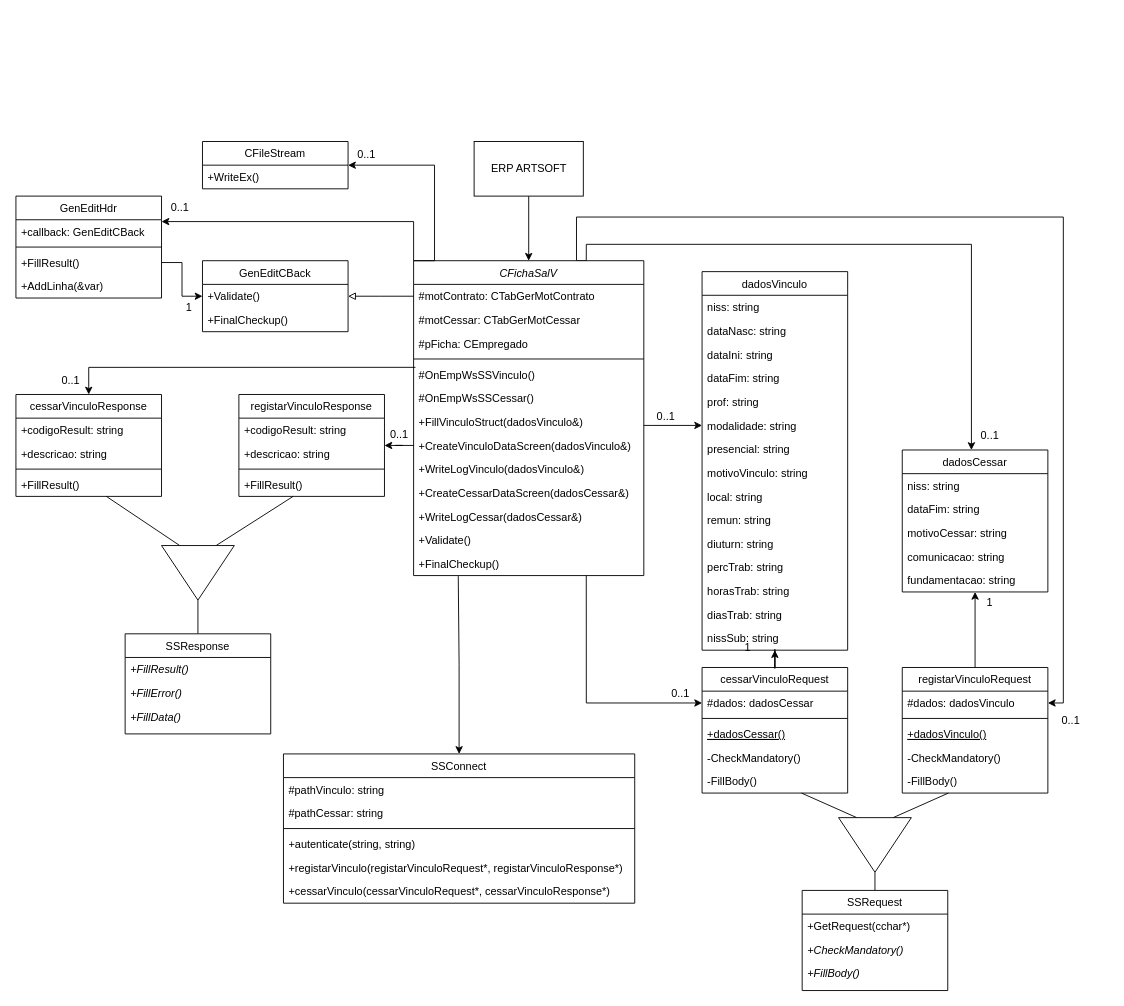
Earlier version of the draw.io diagram relatorio_final/figures/class.drawio (pedrocarrega/tese_mestrado_21-22). Source tidied: cells renumbered, new cells numbered last; positions are measured from the earlier drawing's top-left corner, leaving out a move shared by most shapes. Both pictures are drawn from the tidied source at 91%, with x=0, y=0 at pixel (15, 141).
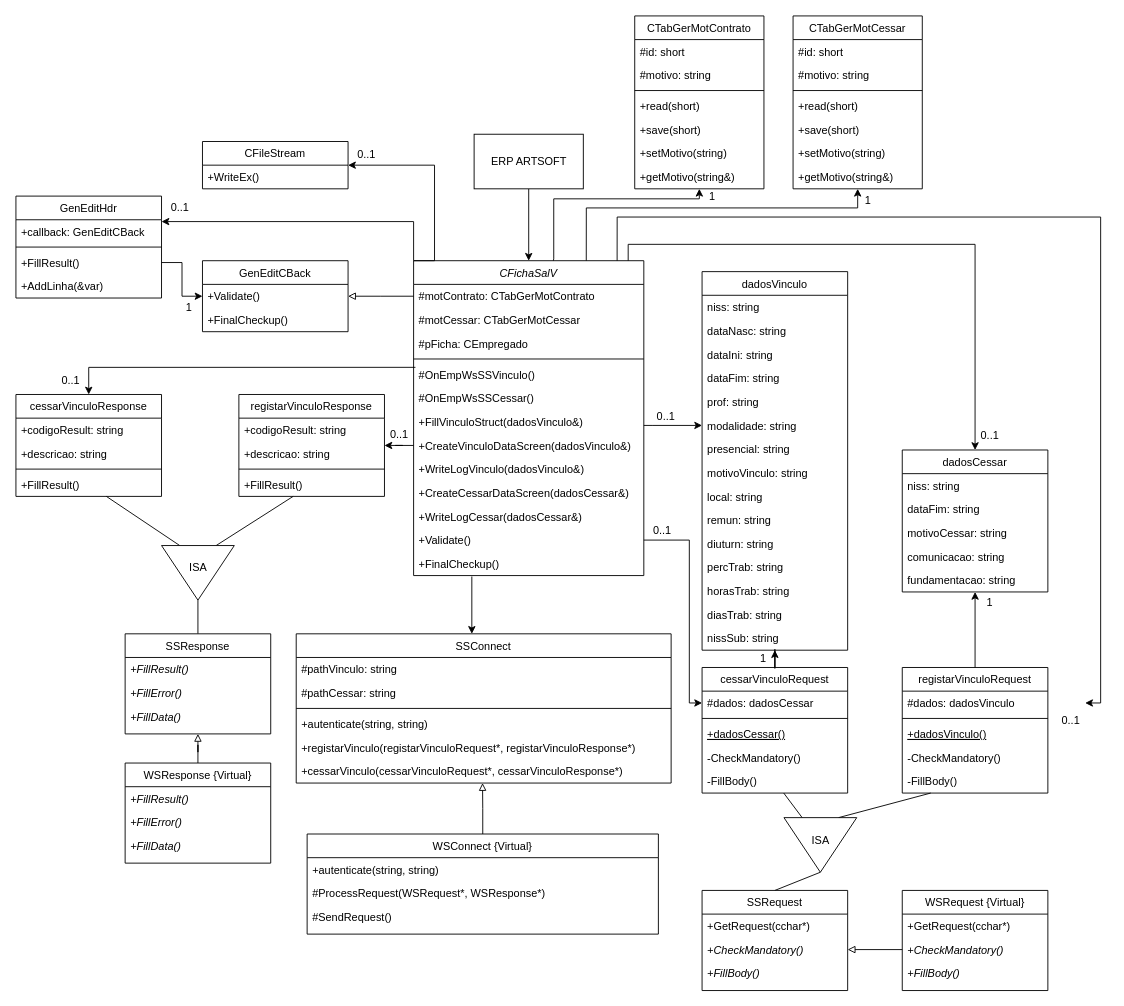
Above is the later version.

Unchanged cells that the change refers to:
```xml
<mxCell id="5" value="CFichaSalV" style="swimlane;fontStyle=2;align=center;verticalAlign=top;horizontal=1;startSize=26;rounded=0;shadow=0;strokeWidth=1;" parent="1" vertex="1">
  <mxGeometry x="437" y="131" width="253" height="346" as="geometry" />
</mxCell>
<mxCell id="17" value="+Validate()" style="text;align=left;verticalAlign=top;spacingLeft=4;spacingRight=4;overflow=hidden;points=[[0,0.5],[1,0.5]];portConstraint=eastwest;" parent="5" vertex="1">
  <mxGeometry y="294" width="253" height="26" as="geometry" />
</mxCell>
<mxCell id="18" value="+FinalCheckup()" style="text;align=left;verticalAlign=top;spacingLeft=4;spacingRight=4;overflow=hidden;points=[[0,0.5],[1,0.5]];portConstraint=eastwest;" parent="5" vertex="1">
  <mxGeometry y="320" width="253" height="26" as="geometry" />
</mxCell>
<mxCell id="20" value="#dados: dadosVinculo" style="text;align=left;verticalAlign=top;spacingLeft=4;spacingRight=4;overflow=hidden;points=[[0,0.5],[1,0.5]];portConstraint=eastwest;" parent="19" vertex="1">
  <mxGeometry y="26" width="160" height="26" as="geometry" />
</mxCell>
<mxCell id="33" value="#dados: dadosCessar" style="text;align=left;verticalAlign=top;spacingLeft=4;spacingRight=4;overflow=hidden;points=[[0,0.5],[1,0.5]];portConstraint=eastwest;" parent="32" vertex="1">
  <mxGeometry y="26" width="160" height="26" as="geometry" />
</mxCell>
<mxCell id="43" value="dadosCessar" style="swimlane;fontStyle=0;align=center;verticalAlign=top;horizontal=1;startSize=26;rounded=0;shadow=0;strokeWidth=1;" parent="1" vertex="1">
  <mxGeometry x="974" y="339" width="160" height="156" as="geometry" />
</mxCell>
<mxCell id="53" value="+CheckMandatory()" style="text;align=left;verticalAlign=top;spacingLeft=4;spacingRight=4;overflow=hidden;points=[[0,0.5],[1,0.5]];portConstraint=eastwest;fontStyle=2;" parent="51" vertex="1">
  <mxGeometry y="52" width="160" height="26" as="geometry" />
</mxCell>
<mxCell id="92" value="SSResponse" style="swimlane;fontStyle=0;align=center;verticalAlign=top;horizontal=1;startSize=26;rounded=0;shadow=0;strokeWidth=1;" parent="1" vertex="1">
  <mxGeometry x="120" y="541" width="160" height="110" as="geometry" />
</mxCell>
```

Change to the diagram source:
```diff
@@
-    <mxCell id="2" style="edgeStyle=orthogonalEdgeStyle;rounded=0;jettySize=auto;html=1;exitX=0.75;exitY=0;exitDx=0;exitDy=0;entryX=1;entryY=0.5;entryDx=0;entryDy=0;startArrow=none;startFill=0;endArrow=classic;endFill=1;" parent="1" edge="1" source="5" target="20">
+    <mxCell id="2" style="edgeStyle=orthogonalEdgeStyle;rounded=0;jettySize=auto;html=1;exitX=0.884;exitY=0.003;exitDx=0;exitDy=0;entryX=1;entryY=0.5;entryDx=0;entryDy=0;startArrow=none;startFill=0;endArrow=classic;endFill=1;exitPerimeter=0;" parent="1" edge="1" source="5">
       <mxGeometry relative="1" as="geometry">
+        <mxPoint x="1175" y="617" as="targetPoint" />
         <Array as="points">
-          <mxPoint x="616" y="131" />
-          <mxPoint x="616" y="83" />
-          <mxPoint x="1151" y="83" />
-          <mxPoint x="1151" y="617" />
+          <mxPoint x="661" y="83" />
+          <mxPoint x="1192" y="83" />
+          <mxPoint x="1192" y="617" />
         </Array>
       </mxGeometry>
     </mxCell>
@@
     <mxCell id="31" value="ERP ARTSOFT" style="rounded=0;whiteSpace=wrap;html=1;" parent="1" vertex="1">
-      <mxGeometry x="503.5" width="120" height="60" as="geometry" />
+      <mxGeometry x="503.5" y="-8" width="120" height="60" as="geometry" />
     </mxCell>
@@
-    <mxCell id="42" style="edgeStyle=orthogonalEdgeStyle;rounded=0;jettySize=auto;html=1;entryX=0.75;entryY=0;entryDx=0;entryDy=0;startArrow=classic;startFill=1;endArrow=none;endFill=0;" parent="1" edge="1" source="43" target="5">
+    <mxCell id="42" style="edgeStyle=orthogonalEdgeStyle;rounded=0;jettySize=auto;html=1;entryX=0.75;entryY=0;entryDx=0;entryDy=0;startArrow=classic;startFill=1;endArrow=none;endFill=0;exitX=0.5;exitY=0;exitDx=0;exitDy=0;" parent="1" edge="1" source="43">
       <mxGeometry relative="1" as="geometry">
+        <mxPoint x="672.8" y="131" as="targetPoint" />
         <Array as="points">
-          <mxPoint x="1050" y="113" />
-          <mxPoint x="627" y="113" />
+          <mxPoint x="1054" y="113" />
+          <mxPoint x="673" y="113" />
         </Array>
       </mxGeometry>
     </mxCell>
@@
     <mxCell id="51" value="SSRequest" style="swimlane;fontStyle=0;align=center;verticalAlign=top;horizontal=1;startSize=26;rounded=0;shadow=0;strokeWidth=1;" parent="1" vertex="1">
-      <mxGeometry x="864" y="823" width="160" height="110" as="geometry" />
+      <mxGeometry x="754" y="823" width="160" height="110" as="geometry" />
     </mxCell>
@@
     <mxCell id="57" style="triangle;whiteSpace=wrap;html=1;rotation=90;" parent="1" vertex="1">
-      <mxGeometry x="914" y="733" width="60" height="80" as="geometry" />
+      <mxGeometry x="854" y="733" width="60" height="80" as="geometry" />
     </mxCell>
@@
     <mxCell id="76" value="0..1" style="text;html=1;align=center;verticalAlign=middle;strokeColor=none;fillColor=none;" parent="1" vertex="1">
-      <mxGeometry x="710" y="592" width="40" height="30" as="geometry" />
+      <mxGeometry x="690" y="413" width="40" height="30" as="geometry" />
     </mxCell>
@@
     <mxCell id="78" value="1" style="text;html=1;align=center;verticalAlign=middle;strokeColor=none;fillColor=none;" parent="1" vertex="1">
-      <mxGeometry x="789" y="541" width="30" height="30" as="geometry" />
+      <mxGeometry x="806" y="553" width="30" height="30" as="geometry" />
     </mxCell>
@@
-    <mxCell id="103" style="edgeStyle=orthogonalEdgeStyle;rounded=0;jettySize=auto;html=1;entryX=0.194;entryY=1.023;entryDx=0;entryDy=0;entryPerimeter=0;startArrow=classic;startFill=1;endArrow=none;endFill=0;" parent="1" edge="1" source="104" target="18">
-      <mxGeometry relative="1" as="geometry" />
+    <mxCell id="103" style="edgeStyle=orthogonalEdgeStyle;rounded=0;jettySize=auto;html=1;startArrow=classic;startFill=1;endArrow=none;endFill=0;" parent="1" edge="1" source="104">
+      <mxGeometry relative="1" as="geometry">
+        <mxPoint x="501" y="478" as="targetPoint" />
+        <Array as="points">
+          <mxPoint x="501" y="478" />
+        </Array>
+      </mxGeometry>
     </mxCell>
     <mxCell id="104" value="SSConnect" style="swimlane;fontStyle=0;align=center;verticalAlign=top;horizontal=1;startSize=26;rounded=0;shadow=0;strokeWidth=1;" parent="1" vertex="1">
-      <mxGeometry x="294" y="673" width="386" height="164" as="geometry" />
+      <mxGeometry x="308" y="541" width="412" height="164" as="geometry" />
     </mxCell>
     <mxCell id="105" value="#pathVinculo: string" style="text;align=left;verticalAlign=top;spacingLeft=4;spacingRight=4;overflow=hidden;" parent="104" vertex="1">
-      <mxGeometry y="26" width="386" height="26" as="geometry" />
+      <mxGeometry y="26" width="412" height="26" as="geometry" />
     </mxCell>
     <mxCell id="106" value="#pathCessar: string" style="text;align=left;verticalAlign=top;spacingLeft=4;spacingRight=4;overflow=hidden;" parent="104" vertex="1">
-      <mxGeometry y="52" width="386" height="26" as="geometry" />
+      <mxGeometry y="52" width="412" height="26" as="geometry" />
     </mxCell>
     <mxCell id="107" style="line;html=1;strokeWidth=1;align=left;verticalAlign=middle;spacingTop=-1;spacingLeft=3;spacingRight=3;labelPosition=right;" parent="104" vertex="1">
-      <mxGeometry y="78" width="386" height="8" as="geometry" />
+      <mxGeometry y="78" width="412" height="8" as="geometry" />
     </mxCell>
     <mxCell id="108" value="+autenticate(string, string)" style="text;align=left;verticalAlign=top;spacingLeft=4;spacingRight=4;overflow=hidden;" parent="104" vertex="1">
-      <mxGeometry y="86" width="386" height="26" as="geometry" />
+      <mxGeometry y="86" width="412" height="26" as="geometry" />
     </mxCell>
     <mxCell id="109" value="+registarVinculo(registarVinculoRequest*, registarVinculoResponse*)" style="text;align=left;verticalAlign=top;spacingLeft=4;spacingRight=4;overflow=hidden;" parent="104" vertex="1">
-      <mxGeometry y="112" width="386" height="26" as="geometry" />
+      <mxGeometry y="112" width="412" height="26" as="geometry" />
     </mxCell>
     <mxCell id="110" value="+cessarVinculo(cessarVinculoRequest*, cessarVinculoResponse*)" style="text;align=left;verticalAlign=top;spacingLeft=4;spacingRight=4;overflow=hidden;points=[[0,0.5],[1,0.5]];portConstraint=eastwest;" parent="104" vertex="1">
-      <mxGeometry y="138" width="386" height="26" as="geometry" />
+      <mxGeometry y="138" width="412" height="26" as="geometry" />
     </mxCell>
-    <mxCell id="111" style="edgeStyle=orthogonalEdgeStyle;rounded=0;jettySize=auto;html=1;exitX=0;exitY=0.5;exitDx=0;exitDy=0;entryX=0.75;entryY=1;entryDx=0;entryDy=0;startArrow=classic;startFill=1;endArrow=none;endFill=0;" parent="1" edge="1" source="33" target="5">
-      <mxGeometry relative="1" as="geometry" />
+    <mxCell id="111" style="edgeStyle=orthogonalEdgeStyle;rounded=0;jettySize=auto;html=1;exitX=0;exitY=0.5;exitDx=0;exitDy=0;entryX=1;entryY=0.5;entryDx=0;entryDy=0;startArrow=classic;startFill=1;endArrow=none;endFill=0;" parent="1" edge="1" source="33" target="17">
+      <mxGeometry relative="1" as="geometry">
+        <Array as="points">
+          <mxPoint x="740" y="617" />
+          <mxPoint x="740" y="438" />
+        </Array>
+      </mxGeometry>
     </mxCell>
@@
+    <mxCell id="119" value="ISA" style="text;html=1;align=center;verticalAlign=middle;strokeColor=none;fillColor=none;" parent="1" vertex="1">
+      <mxGeometry x="180" y="453" width="40" height="30" as="geometry" />
+    </mxCell>
+    <mxCell id="120" value="ISA" style="text;html=1;align=center;verticalAlign=middle;strokeColor=none;fillColor=none;" parent="1" vertex="1">
+      <mxGeometry x="864" y="753" width="40" height="30" as="geometry" />
+    </mxCell>
+    <mxCell id="121" style="edgeStyle=orthogonalEdgeStyle;rounded=0;jettySize=auto;html=1;entryX=0.5;entryY=1;entryDx=0;entryDy=0;endArrow=block;endFill=0;" parent="1" edge="1" source="122" target="92">
+      <mxGeometry relative="1" as="geometry" />
+    </mxCell>
+    <mxCell id="122" value="WSResponse {Virtual}" style="swimlane;fontStyle=0;align=center;verticalAlign=top;horizontal=1;startSize=26;rounded=0;shadow=0;strokeWidth=1;" parent="1" vertex="1">
+      <mxGeometry x="120" y="683" width="160" height="110" as="geometry" />
+    </mxCell>
+    <mxCell id="123" value="+FillResult()" style="text;align=left;verticalAlign=top;spacingLeft=4;spacingRight=4;overflow=hidden;fontStyle=2;" parent="122" vertex="1">
+      <mxGeometry y="26" width="160" height="26" as="geometry" />
+    </mxCell>
+    <mxCell id="124" value="+FillError()" style="text;align=left;verticalAlign=top;spacingLeft=4;spacingRight=4;overflow=hidden;fontStyle=2;" parent="122" vertex="1">
+      <mxGeometry y="52" width="160" height="26" as="geometry" />
+    </mxCell>
+    <mxCell id="125" value="+FillData()" style="text;align=left;verticalAlign=top;spacingLeft=4;spacingRight=4;overflow=hidden;fontStyle=2;" parent="122" vertex="1">
+      <mxGeometry y="78" width="160" height="26" as="geometry" />
+    </mxCell>
+    <mxCell id="126" style="edgeStyle=orthogonalEdgeStyle;rounded=0;jettySize=auto;html=1;exitX=0.5;exitY=0;exitDx=0;exitDy=0;entryX=0.497;entryY=1;entryDx=0;entryDy=0;entryPerimeter=0;endArrow=block;endFill=0;" parent="1" edge="1" source="127" target="110">
+      <mxGeometry relative="1" as="geometry" />
+    </mxCell>
+    <mxCell id="127" value="WSConnect {Virtual}" style="swimlane;fontStyle=0;align=center;verticalAlign=top;horizontal=1;startSize=26;rounded=0;shadow=0;strokeWidth=1;" parent="1" vertex="1">
+      <mxGeometry x="320" y="761" width="386" height="110" as="geometry" />
+    </mxCell>
+    <mxCell id="128" value="+autenticate(string, string)" style="text;align=left;verticalAlign=top;spacingLeft=4;spacingRight=4;overflow=hidden;" parent="127" vertex="1">
+      <mxGeometry y="26" width="386" height="26" as="geometry" />
+    </mxCell>
+    <mxCell id="129" value="#ProcessRequest(WSRequest*, WSResponse*)" style="text;align=left;verticalAlign=top;spacingLeft=4;spacingRight=4;overflow=hidden;" parent="127" vertex="1">
+      <mxGeometry y="52" width="386" height="26" as="geometry" />
+    </mxCell>
+    <mxCell id="130" value="#SendRequest()" style="text;align=left;verticalAlign=top;spacingLeft=4;spacingRight=4;overflow=hidden;" parent="127" vertex="1">
+      <mxGeometry y="78" width="386" height="26" as="geometry" />
+    </mxCell>
+    <mxCell id="131" value="WSRequest {Virtual}" style="swimlane;fontStyle=0;align=center;verticalAlign=top;horizontal=1;startSize=26;rounded=0;shadow=0;strokeWidth=1;" parent="1" vertex="1">
+      <mxGeometry x="974" y="823" width="160" height="110" as="geometry" />
+    </mxCell>
+    <mxCell id="132" value="+GetRequest(cchar*)" style="text;align=left;verticalAlign=top;spacingLeft=4;spacingRight=4;overflow=hidden;fontStyle=0;" parent="131" vertex="1">
+      <mxGeometry y="26" width="160" height="26" as="geometry" />
+    </mxCell>
+    <mxCell id="133" value="+CheckMandatory()" style="text;align=left;verticalAlign=top;spacingLeft=4;spacingRight=4;overflow=hidden;points=[[0,0.5],[1,0.5]];portConstraint=eastwest;fontStyle=2;" parent="131" vertex="1">
+      <mxGeometry y="52" width="160" height="26" as="geometry" />
+    </mxCell>
+    <mxCell id="134" value="+FillBody()" style="text;align=left;verticalAlign=top;spacingLeft=4;spacingRight=4;overflow=hidden;fontStyle=2;" parent="131" vertex="1">
+      <mxGeometry y="78" width="160" height="26" as="geometry" />
+    </mxCell>
+    <mxCell id="135" style="edgeStyle=orthogonalEdgeStyle;rounded=0;jettySize=auto;html=1;entryX=1;entryY=0.5;entryDx=0;entryDy=0;endArrow=block;endFill=0;" parent="1" edge="1" source="133" target="53">
+      <mxGeometry relative="1" as="geometry" />
+    </mxCell>
+    <mxCell id="136" style="edgeStyle=orthogonalEdgeStyle;rounded=0;jettySize=auto;html=1;endArrow=none;endFill=0;startArrow=classic;startFill=1;entryX=0.607;entryY=0;entryDx=0;entryDy=0;entryPerimeter=0;" parent="1" edge="1" source="137" target="5">
+      <mxGeometry relative="1" as="geometry">
+        <Array as="points">
+          <mxPoint x="751" y="63" />
+          <mxPoint x="591" y="63" />
+          <mxPoint x="591" y="129" />
+        </Array>
+      </mxGeometry>
+    </mxCell>
+    <mxCell id="137" value="CTabGerMotContrato" style="swimlane;fontStyle=0;align=center;verticalAlign=top;horizontal=1;startSize=26;rounded=0;shadow=0;strokeWidth=1;" parent="1" vertex="1">
+      <mxGeometry x="680" y="-138" width="142" height="190" as="geometry" />
+    </mxCell>
+    <mxCell id="138" value="#id: short" style="text;align=left;verticalAlign=top;spacingLeft=4;spacingRight=4;overflow=hidden;" parent="137" vertex="1">
+      <mxGeometry y="26" width="142" height="26" as="geometry" />
+    </mxCell>
+    <mxCell id="139" value="#motivo: string" style="text;align=left;verticalAlign=top;spacingLeft=4;spacingRight=4;overflow=hidden;" parent="137" vertex="1">
+      <mxGeometry y="52" width="142" height="26" as="geometry" />
+    </mxCell>
+    <mxCell id="140" style="line;html=1;strokeWidth=1;align=left;verticalAlign=middle;spacingTop=-1;spacingLeft=3;spacingRight=3;labelPosition=right;" parent="137" vertex="1">
+      <mxGeometry y="78" width="142" height="8" as="geometry" />
+    </mxCell>
+    <mxCell id="141" value="+read(short)" style="text;align=left;verticalAlign=top;spacingLeft=4;spacingRight=4;overflow=hidden;" parent="137" vertex="1">
+      <mxGeometry y="86" width="142" height="26" as="geometry" />
+    </mxCell>
+    <mxCell id="142" value="+save(short)" style="text;align=left;verticalAlign=top;spacingLeft=4;spacingRight=4;overflow=hidden;" parent="137" vertex="1">
+      <mxGeometry y="112" width="142" height="26" as="geometry" />
+    </mxCell>
+    <mxCell id="143" value="+setMotivo(string)" style="text;align=left;verticalAlign=top;spacingLeft=4;spacingRight=4;overflow=hidden;" parent="137" vertex="1">
+      <mxGeometry y="138" width="142" height="26" as="geometry" />
+    </mxCell>
+    <mxCell id="144" value="+getMotivo(string&amp;)" style="text;align=left;verticalAlign=top;spacingLeft=4;spacingRight=4;overflow=hidden;" parent="137" vertex="1">
+      <mxGeometry y="164" width="142" height="26" as="geometry" />
+    </mxCell>
+    <mxCell id="145" style="edgeStyle=orthogonalEdgeStyle;rounded=0;jettySize=auto;html=1;entryX=0.75;entryY=0;entryDx=0;entryDy=0;startArrow=classic;startFill=1;endArrow=none;endFill=0;" parent="1" edge="1" source="146" target="5">
+      <mxGeometry relative="1" as="geometry">
+        <Array as="points">
+          <mxPoint x="925" y="73" />
+          <mxPoint x="627" y="73" />
+        </Array>
+      </mxGeometry>
+    </mxCell>
+    <mxCell id="146" value="CTabGerMotCessar" style="swimlane;fontStyle=0;align=center;verticalAlign=top;horizontal=1;startSize=26;rounded=0;shadow=0;strokeWidth=1;" parent="1" vertex="1">
+      <mxGeometry x="854" y="-138" width="142" height="190" as="geometry" />
+    </mxCell>
+    <mxCell id="147" value="#id: short" style="text;align=left;verticalAlign=top;spacingLeft=4;spacingRight=4;overflow=hidden;" parent="146" vertex="1">
+      <mxGeometry y="26" width="142" height="26" as="geometry" />
+    </mxCell>
+    <mxCell id="148" value="#motivo: string" style="text;align=left;verticalAlign=top;spacingLeft=4;spacingRight=4;overflow=hidden;" parent="146" vertex="1">
+      <mxGeometry y="52" width="142" height="26" as="geometry" />
+    </mxCell>
+    <mxCell id="149" style="line;html=1;strokeWidth=1;align=left;verticalAlign=middle;spacingTop=-1;spacingLeft=3;spacingRight=3;labelPosition=right;" parent="146" vertex="1">
+      <mxGeometry y="78" width="142" height="8" as="geometry" />
+    </mxCell>
+    <mxCell id="150" value="+read(short)" style="text;align=left;verticalAlign=top;spacingLeft=4;spacingRight=4;overflow=hidden;" parent="146" vertex="1">
+      <mxGeometry y="86" width="142" height="26" as="geometry" />
+    </mxCell>
+    <mxCell id="151" value="+save(short)" style="text;align=left;verticalAlign=top;spacingLeft=4;spacingRight=4;overflow=hidden;" parent="146" vertex="1">
+      <mxGeometry y="112" width="142" height="26" as="geometry" />
+    </mxCell>
+    <mxCell id="152" value="+setMotivo(string)" style="text;align=left;verticalAlign=top;spacingLeft=4;spacingRight=4;overflow=hidden;" parent="146" vertex="1">
+      <mxGeometry y="138" width="142" height="26" as="geometry" />
+    </mxCell>
+    <mxCell id="153" value="+getMotivo(string&amp;)" style="text;align=left;verticalAlign=top;spacingLeft=4;spacingRight=4;overflow=hidden;" parent="146" vertex="1">
+      <mxGeometry y="164" width="142" height="26" as="geometry" />
+    </mxCell>
+    <mxCell id="154" value="1" style="text;html=1;align=center;verticalAlign=middle;strokeColor=none;fillColor=none;" parent="1" vertex="1">
+      <mxGeometry x="921" y="50" width="30" height="30" as="geometry" />
+    </mxCell>
+    <mxCell id="155" value="1" style="text;html=1;align=center;verticalAlign=middle;strokeColor=none;fillColor=none;" parent="1" vertex="1">
+      <mxGeometry x="750" y="46" width="30" height="30" as="geometry" />
+    </mxCell>
```
